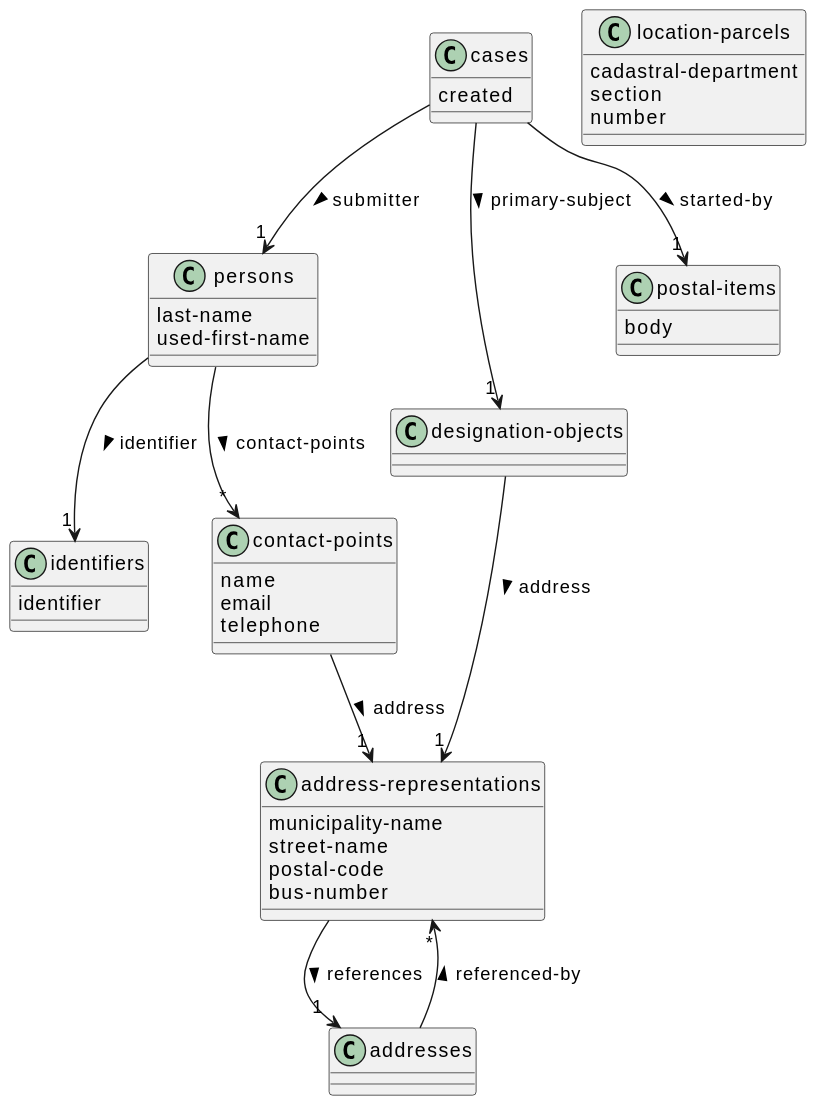
Earlier version of the PlantUML export doc/jsonapi-domain.svg (lblod/app-erfgoed-lblod-groep6).
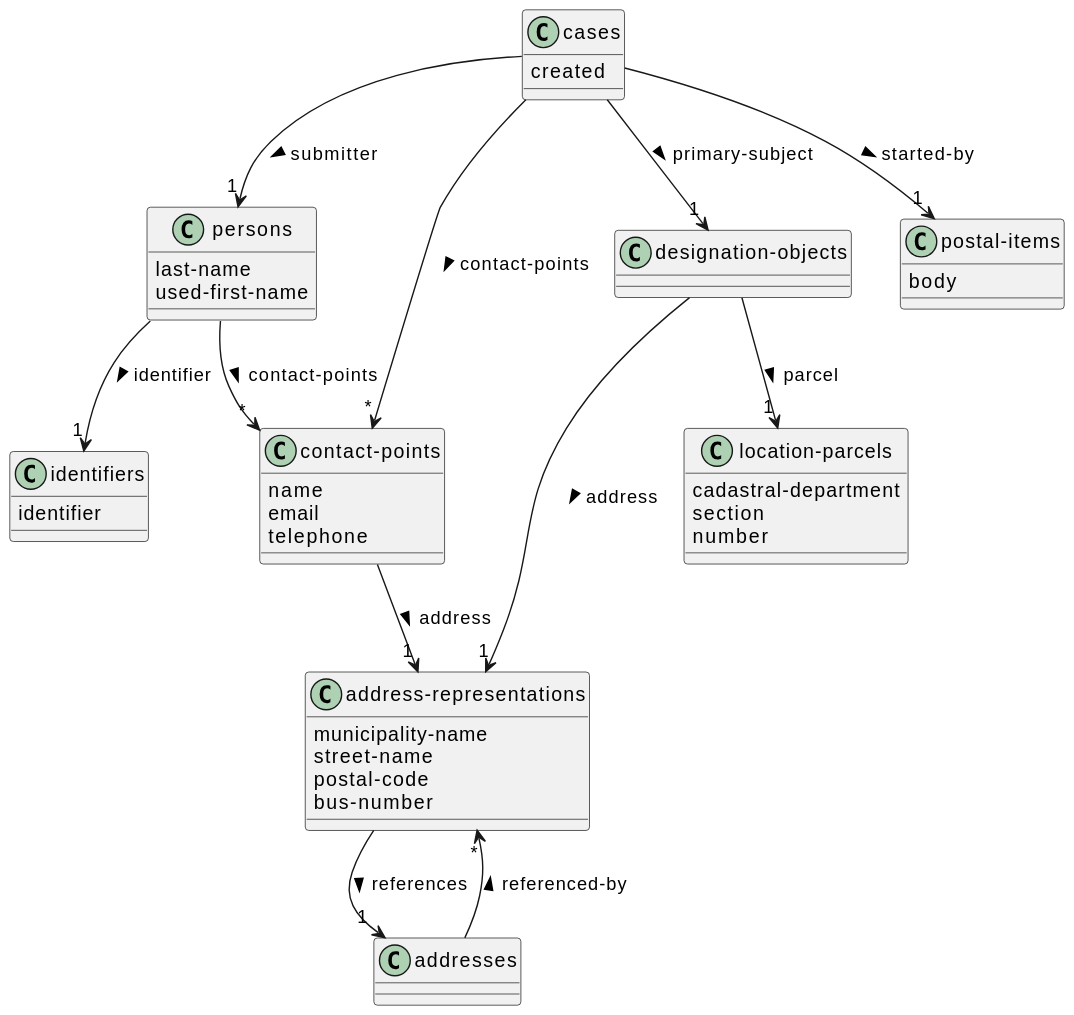
Above is the later version.

Commit message:
link contactpoint to case and parcel to aanduiding

The edit, as a diff of the source:
```diff
@@ -9,6 +9,7 @@
 "identifiers" : identifier
 class "designation-objects"
 "designation-objects" --> "1" "address-representations" : address >
+"designation-objects" --> "1" "location-parcels" : parcel >
 class "postal-items"
 "postal-items" : body
 class "addresses"
@@ -28,6 +29,7 @@
 "cases" --> "1" "postal-items" : started-by >
 "cases" --> "1" "persons" : submitter >
 "cases" --> "1" "designation-objects" : primary-subject >
+"cases" --> "*" "contact-points" : contact-points >
 class "contact-points"
 "contact-points" : name
 "contact-points" : email
```
